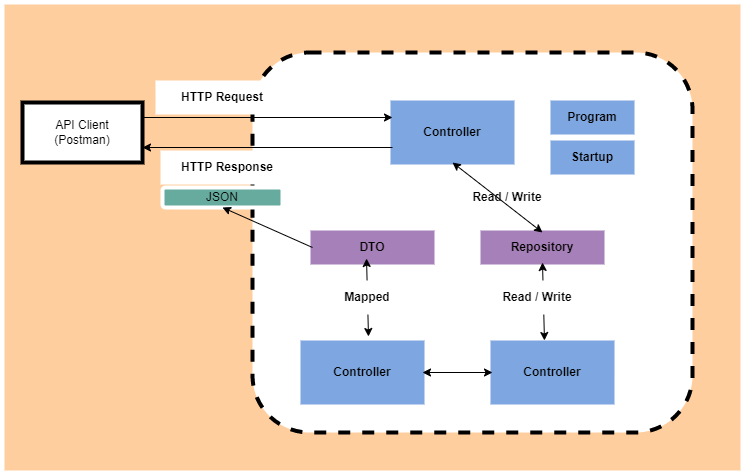
kehindetomiwa/commandline-api keeps this draw.io diagram as arc-command-api.png. Above is the earlier version. Source tidied: cells renumbered, new cells last; positions are measured from the earlier drawing's top-left corner, leaving out a move shared by most shapes. Source of this version:
```xml
<mxGraphModel>
  <root>
    <mxCell id="0" />
    <mxCell id="1" parent="0" />
    <mxCell id="2" style="rounded=0;whiteSpace=wrap;html=1;strokeColor=#FFFFFF;strokeWidth=4;fillColor=#FFCE9F;" parent="1" vertex="1">
      <mxGeometry width="740" height="470" as="geometry" />
    </mxCell>
    <mxCell id="3" style="rounded=1;whiteSpace=wrap;html=1;dashed=1;perimeterSpacing=6;strokeWidth=4;" parent="1" vertex="1">
      <mxGeometry x="250" y="50" width="440" height="380" as="geometry" />
    </mxCell>
    <mxCell id="4" value="API Client&lt;br&gt;(Postman)" style="rounded=0;whiteSpace=wrap;html=1;strokeWidth=4;" parent="1" vertex="1">
      <mxGeometry x="20" y="100" width="120" height="60" as="geometry" />
    </mxCell>
    <mxCell id="5" value="&lt;b&gt;Controller&lt;/b&gt;" style="rounded=0;whiteSpace=wrap;html=1;strokeWidth=4;strokeColor=#7EA6E0;fillColor=#7EA6E0;" parent="1" vertex="1">
      <mxGeometry x="390" y="100" width="120" height="60" as="geometry" />
    </mxCell>
    <mxCell id="6" value="&lt;b&gt;Program&lt;/b&gt;" style="rounded=0;whiteSpace=wrap;html=1;strokeWidth=4;strokeColor=#7EA6E0;fillColor=#7EA6E0;" parent="1" vertex="1">
      <mxGeometry x="550" y="100" width="80" height="30" as="geometry" />
    </mxCell>
    <mxCell id="7" value="&lt;b&gt;Startup&lt;/b&gt;" style="rounded=0;whiteSpace=wrap;html=1;strokeWidth=4;strokeColor=#7EA6E0;fillColor=#7EA6E0;" parent="1" vertex="1">
      <mxGeometry x="550" y="140" width="80" height="30" as="geometry" />
    </mxCell>
    <mxCell id="8" value="&lt;b&gt;Repository&lt;/b&gt;" style="rounded=0;whiteSpace=wrap;html=1;strokeColor=#A680B8;strokeWidth=4;fillColor=#A680B8;" parent="1" vertex="1">
      <mxGeometry x="480" y="230" width="120" height="30" as="geometry" />
    </mxCell>
    <mxCell id="9" value="&lt;b&gt;Read / Write&lt;/b&gt;" style="rounded=0;whiteSpace=wrap;html=1;strokeColor=#FFFFFF;strokeWidth=4;fillColor=#FFFFFF;" parent="1" vertex="1">
      <mxGeometry x="440" y="180" width="130" height="30" as="geometry" />
    </mxCell>
    <mxCell id="10" value="&lt;b&gt;Controller&lt;/b&gt;" style="rounded=0;whiteSpace=wrap;html=1;strokeWidth=4;strokeColor=#7EA6E0;fillColor=#7EA6E0;" parent="1" vertex="1">
      <mxGeometry x="490" y="340" width="120" height="60" as="geometry" />
    </mxCell>
    <mxCell id="11" style="endArrow=classic;startArrow=classic;html=1;rounded=0;entryX=0.5;entryY=1;entryDx=0;entryDy=0;exitX=0.5;exitY=0;exitDx=0;exitDy=0;" parent="1" edge="1" source="8" target="5">
      <mxGeometry relative="1" as="geometry" />
    </mxCell>
    <mxCell id="12" style="endArrow=classic;startArrow=classic;html=1;rounded=0;entryX=0.5;entryY=1;entryDx=0;entryDy=0;exitX=0.433;exitY=-0.033;exitDx=0;exitDy=0;exitPerimeter=0;" parent="1" edge="1" source="10" target="8">
      <mxGeometry relative="1" as="geometry" />
    </mxCell>
    <mxCell id="13" value="&lt;b&gt;Read / Write&lt;/b&gt;" style="rounded=0;whiteSpace=wrap;html=1;strokeColor=#FFFFFF;strokeWidth=4;fillColor=#FFFFFF;" parent="1" vertex="1">
      <mxGeometry x="470" y="280" width="130" height="30" as="geometry" />
    </mxCell>
    <mxCell id="14" value="&lt;b&gt;Controller&lt;/b&gt;" style="rounded=0;whiteSpace=wrap;html=1;strokeWidth=4;strokeColor=#7EA6E0;fillColor=#7EA6E0;" parent="1" vertex="1">
      <mxGeometry x="300" y="340" width="120" height="60" as="geometry" />
    </mxCell>
    <mxCell id="15" style="endArrow=classic;startArrow=classic;html=1;rounded=0;exitX=1;exitY=0.5;exitDx=0;exitDy=0;entryX=0;entryY=0.5;entryDx=0;entryDy=0;" parent="1" edge="1" source="14" target="10">
      <mxGeometry relative="1" as="geometry" />
    </mxCell>
    <mxCell id="16" value="&lt;b&gt;DTO&lt;/b&gt;" style="rounded=0;whiteSpace=wrap;html=1;strokeColor=#A680B8;strokeWidth=4;fillColor=#A680B8;" parent="1" vertex="1">
      <mxGeometry x="310" y="230" width="120" height="30" as="geometry" />
    </mxCell>
    <mxCell id="17" style="endArrow=classic;startArrow=classic;html=1;rounded=0;entryX=0.5;entryY=1;entryDx=0;entryDy=0;exitX=0.433;exitY=-0.033;exitDx=0;exitDy=0;exitPerimeter=0;" parent="1" edge="1">
      <mxGeometry relative="1" as="geometry">
        <mxPoint x="366" y="334" as="sourcePoint" />
        <mxPoint x="364" y="256" as="targetPoint" />
      </mxGeometry>
    </mxCell>
    <mxCell id="18" value="&lt;b&gt;Mapped&lt;/b&gt;" style="rounded=0;whiteSpace=wrap;html=1;strokeColor=#FFFFFF;strokeWidth=4;fillColor=#FFFFFF;" parent="1" vertex="1">
      <mxGeometry x="300" y="280" width="130" height="30" as="geometry" />
    </mxCell>
    <mxCell id="19" value="JSON" style="rounded=1;whiteSpace=wrap;html=1;strokeColor=#FFFFFF;strokeWidth=4;fillColor=#67AB9F;" parent="1" vertex="1">
      <mxGeometry x="160" y="185" width="120" height="20" as="geometry" />
    </mxCell>
    <mxCell id="20" style="endArrow=classic;html=1;rounded=0;entryX=0.5;entryY=1;entryDx=0;entryDy=0;exitX=0;exitY=0.5;exitDx=0;exitDy=0;" parent="1" edge="1" source="16" target="19">
      <mxGeometry relative="1" as="geometry" />
    </mxCell>
    <mxCell id="21" style="endArrow=classic;html=1;rounded=0;entryX=0;entryY=0.25;entryDx=0;entryDy=0;exitX=1;exitY=0.25;exitDx=0;exitDy=0;" parent="1" edge="1" source="4" target="5">
      <mxGeometry relative="1" as="geometry" />
    </mxCell>
    <mxCell id="22" style="endArrow=classic;html=1;rounded=0;entryX=1;entryY=0.75;entryDx=0;entryDy=0;exitX=0;exitY=0.75;exitDx=0;exitDy=0;" parent="1" edge="1" source="5" target="4">
      <mxGeometry relative="1" as="geometry" />
    </mxCell>
    <mxCell id="23" value="&lt;b&gt;HTTP Request&lt;/b&gt;" style="rounded=0;whiteSpace=wrap;html=1;strokeColor=#FFFFFF;strokeWidth=4;fillColor=#FFFFFF;" parent="1" vertex="1">
      <mxGeometry x="155" y="80" width="130" height="30" as="geometry" />
    </mxCell>
    <mxCell id="24" value="&lt;b&gt;HTTP Response&lt;/b&gt;" style="rounded=0;whiteSpace=wrap;html=1;strokeColor=#FFFFFF;strokeWidth=4;fillColor=#FFFFFF;" parent="1" vertex="1">
      <mxGeometry x="160" y="150" width="130" height="30" as="geometry" />
    </mxCell>
  </root>
</mxGraphModel>
```
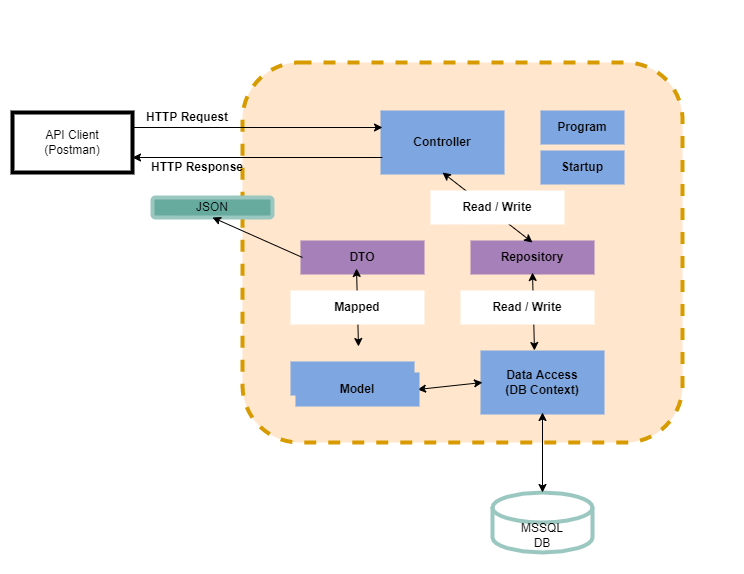
The same diagram one commit later.

Diff of the diagram source:
```diff
@@ -2,10 +2,10 @@
   <root>
     <mxCell id="0" />
     <mxCell id="1" parent="0" />
-    <mxCell id="2" style="rounded=0;whiteSpace=wrap;html=1;strokeColor=#FFFFFF;strokeWidth=4;fillColor=#FFCE9F;" parent="1" vertex="1">
-      <mxGeometry width="740" height="470" as="geometry" />
+    <mxCell id="2" style="rounded=0;whiteSpace=wrap;html=1;strokeColor=#FFFFFF;strokeWidth=4;fillColor=#FFFFFF;" parent="1" vertex="1">
+      <mxGeometry x="10" y="-10" width="740" height="570" as="geometry" />
     </mxCell>
-    <mxCell id="3" style="rounded=1;whiteSpace=wrap;html=1;dashed=1;perimeterSpacing=6;strokeWidth=4;" parent="1" vertex="1">
+    <mxCell id="3" style="rounded=1;whiteSpace=wrap;html=1;dashed=1;perimeterSpacing=6;strokeWidth=4;fillColor=#ffe6cc;strokeColor=#d79b00;" parent="1" vertex="1">
       <mxGeometry x="250" y="50" width="440" height="380" as="geometry" />
     </mxCell>
     <mxCell id="4" value="API Client&lt;br&gt;(Postman)" style="rounded=0;whiteSpace=wrap;html=1;strokeWidth=4;" parent="1" vertex="1">
@@ -23,10 +23,7 @@
     <mxCell id="8" value="&lt;b&gt;Repository&lt;/b&gt;" style="rounded=0;whiteSpace=wrap;html=1;strokeColor=#A680B8;strokeWidth=4;fillColor=#A680B8;" parent="1" vertex="1">
       <mxGeometry x="480" y="230" width="120" height="30" as="geometry" />
     </mxCell>
-    <mxCell id="9" value="&lt;b&gt;Read / Write&lt;/b&gt;" style="rounded=0;whiteSpace=wrap;html=1;strokeColor=#FFFFFF;strokeWidth=4;fillColor=#FFFFFF;" parent="1" vertex="1">
-      <mxGeometry x="440" y="180" width="130" height="30" as="geometry" />
-    </mxCell>
-    <mxCell id="10" value="&lt;b&gt;Controller&lt;/b&gt;" style="rounded=0;whiteSpace=wrap;html=1;strokeWidth=4;strokeColor=#7EA6E0;fillColor=#7EA6E0;" parent="1" vertex="1">
+    <mxCell id="10" value="&lt;b&gt;Data Access&lt;br&gt;(DB Context)&lt;br&gt;&lt;/b&gt;" style="rounded=0;whiteSpace=wrap;html=1;strokeWidth=4;strokeColor=#7EA6E0;fillColor=#7EA6E0;" parent="1" vertex="1">
       <mxGeometry x="490" y="340" width="120" height="60" as="geometry" />
     </mxCell>
     <mxCell id="11" style="endArrow=classic;startArrow=classic;html=1;rounded=0;entryX=0.5;entryY=1;entryDx=0;entryDy=0;exitX=0.5;exitY=0;exitDx=0;exitDy=0;" parent="1" edge="1" source="8" target="5">
@@ -38,10 +35,10 @@
     <mxCell id="13" value="&lt;b&gt;Read / Write&lt;/b&gt;" style="rounded=0;whiteSpace=wrap;html=1;strokeColor=#FFFFFF;strokeWidth=4;fillColor=#FFFFFF;" parent="1" vertex="1">
       <mxGeometry x="470" y="280" width="130" height="30" as="geometry" />
     </mxCell>
-    <mxCell id="14" value="&lt;b&gt;Controller&lt;/b&gt;" style="rounded=0;whiteSpace=wrap;html=1;strokeWidth=4;strokeColor=#7EA6E0;fillColor=#7EA6E0;" parent="1" vertex="1">
-      <mxGeometry x="300" y="340" width="120" height="60" as="geometry" />
+    <mxCell id="14" value="&lt;b&gt;Model&lt;/b&gt;" style="rounded=0;whiteSpace=wrap;html=1;strokeWidth=4;strokeColor=#7EA6E0;fillColor=#7EA6E0;" parent="1" vertex="1">
+      <mxGeometry x="300" y="351" width="120" height="30" as="geometry" />
     </mxCell>
-    <mxCell id="15" style="endArrow=classic;startArrow=classic;html=1;rounded=0;exitX=1;exitY=0.5;exitDx=0;exitDy=0;entryX=0;entryY=0.5;entryDx=0;entryDy=0;" parent="1" edge="1" source="14" target="10">
+    <mxCell id="15" style="endArrow=classic;startArrow=classic;html=1;rounded=0;entryX=0;entryY=0.5;entryDx=0;entryDy=0;exitX=1;exitY=0.5;exitDx=0;exitDy=0;" parent="1" edge="1" source="25" target="10">
       <mxGeometry relative="1" as="geometry" />
     </mxCell>
     <mxCell id="16" value="&lt;b&gt;DTO&lt;/b&gt;" style="rounded=0;whiteSpace=wrap;html=1;strokeColor=#A680B8;strokeWidth=4;fillColor=#A680B8;" parent="1" vertex="1">
@@ -56,7 +53,7 @@
     <mxCell id="18" value="&lt;b&gt;Mapped&lt;/b&gt;" style="rounded=0;whiteSpace=wrap;html=1;strokeColor=#FFFFFF;strokeWidth=4;fillColor=#FFFFFF;" parent="1" vertex="1">
       <mxGeometry x="300" y="280" width="130" height="30" as="geometry" />
     </mxCell>
-    <mxCell id="19" value="JSON" style="rounded=1;whiteSpace=wrap;html=1;strokeColor=#FFFFFF;strokeWidth=4;fillColor=#67AB9F;" parent="1" vertex="1">
+    <mxCell id="19" value="JSON" style="rounded=1;whiteSpace=wrap;html=1;strokeColor=#9AC7BF;strokeWidth=4;fillColor=#67AB9F;" parent="1" vertex="1">
       <mxGeometry x="160" y="185" width="120" height="20" as="geometry" />
     </mxCell>
     <mxCell id="20" style="endArrow=classic;html=1;rounded=0;entryX=0.5;entryY=1;entryDx=0;entryDy=0;exitX=0;exitY=0.5;exitDx=0;exitDy=0;" parent="1" edge="1" source="16" target="19">
@@ -68,11 +65,23 @@
     <mxCell id="22" style="endArrow=classic;html=1;rounded=0;entryX=1;entryY=0.75;entryDx=0;entryDy=0;exitX=0;exitY=0.75;exitDx=0;exitDy=0;" parent="1" edge="1" source="5" target="4">
       <mxGeometry relative="1" as="geometry" />
     </mxCell>
-    <mxCell id="23" value="&lt;b&gt;HTTP Request&lt;/b&gt;" style="rounded=0;whiteSpace=wrap;html=1;strokeColor=#FFFFFF;strokeWidth=4;fillColor=#FFFFFF;" parent="1" vertex="1">
-      <mxGeometry x="155" y="80" width="130" height="30" as="geometry" />
+    <mxCell id="23" value="&lt;b&gt;HTTP Request&lt;/b&gt;" style="rounded=0;whiteSpace=wrap;html=1;strokeColor=none;strokeWidth=4;fillColor=none;" parent="1" vertex="1">
+      <mxGeometry x="130" y="90" width="130" height="30" as="geometry" />
     </mxCell>
-    <mxCell id="24" value="&lt;b&gt;HTTP Response&lt;/b&gt;" style="rounded=0;whiteSpace=wrap;html=1;strokeColor=#FFFFFF;strokeWidth=4;fillColor=#FFFFFF;" parent="1" vertex="1">
-      <mxGeometry x="160" y="150" width="130" height="30" as="geometry" />
+    <mxCell id="24" value="&lt;b&gt;HTTP Response&lt;/b&gt;" style="rounded=0;whiteSpace=wrap;html=1;strokeColor=none;strokeWidth=4;fillColor=none;" parent="1" vertex="1">
+      <mxGeometry x="140" y="140" width="130" height="30" as="geometry" />
     </mxCell>
+    <mxCell id="9" value="&lt;b&gt;Read / Write&lt;/b&gt;" style="rounded=0;whiteSpace=wrap;html=1;strokeColor=#FFFFFF;strokeWidth=4;fillColor=#FFFFFF;" parent="1" vertex="1">
+      <mxGeometry x="440" y="180" width="130" height="30" as="geometry" />
+    </mxCell>
+    <mxCell id="25" value="&lt;b&gt;Model&lt;/b&gt;" style="rounded=0;whiteSpace=wrap;html=1;strokeWidth=4;strokeColor=#7EA6E0;fillColor=#7EA6E0;" parent="1" vertex="1">
+      <mxGeometry x="305" y="362" width="120" height="30" as="geometry" />
+    </mxCell>
+    <mxCell id="26" value="MSSQL&lt;br&gt;DB" style="shape=cylinder3;whiteSpace=wrap;html=1;boundedLbl=1;backgroundOutline=1;size=15;strokeColor=#9AC7BF;strokeWidth=4;fillColor=#FFFFFF;" parent="1" vertex="1">
+      <mxGeometry x="500" y="480" width="100" height="60" as="geometry" />
+    </mxCell>
+    <mxCell id="27" style="endArrow=classic;startArrow=classic;html=1;rounded=0;" parent="1" edge="1" source="26" target="10">
+      <mxGeometry relative="1" as="geometry" />
+    </mxCell>
   </root>
 </mxGraphModel>
```
